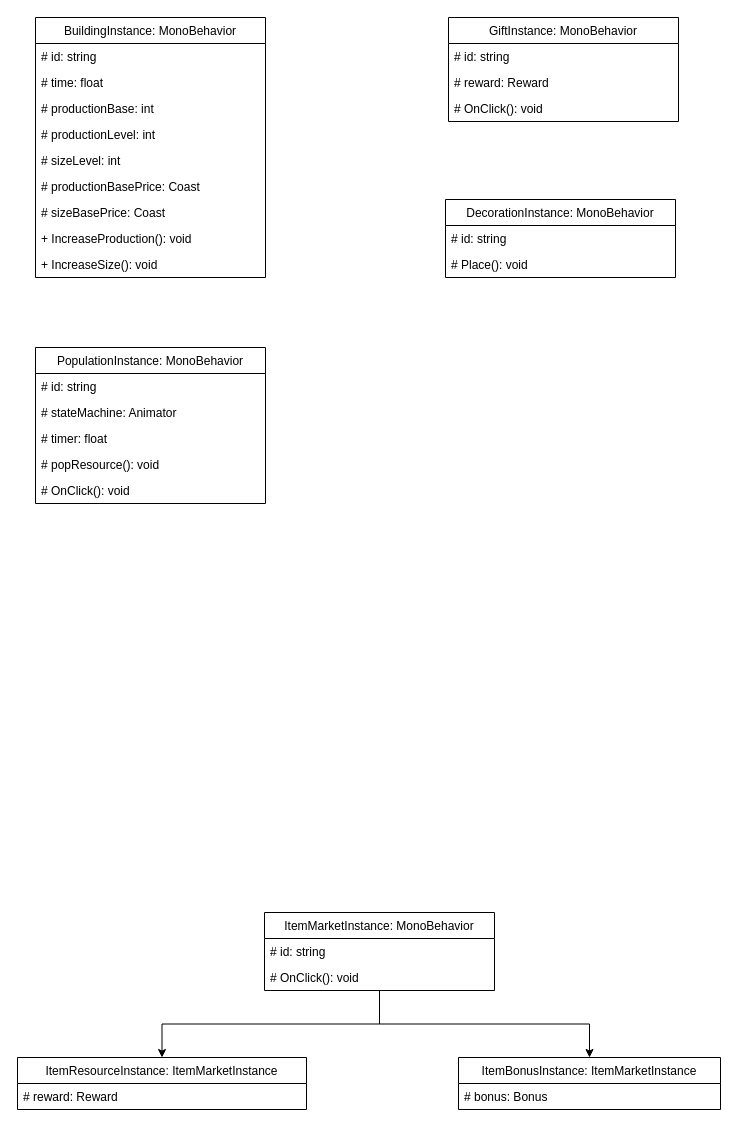
AlexisAG/IdleIslandAndroid keeps this draw.io diagram as page "Monobehavior" (4 of 4) of AndroidIDLEProject.drawio. Above is the earlier version. Source tidied: cells renumbered, new cells numbered last; positions are measured from the earlier drawing's top-left corner, leaving out a move shared by most shapes. Both pictures are drawn from the tidied source at 100%, with x=0, y=0 at pixel (17, 17).
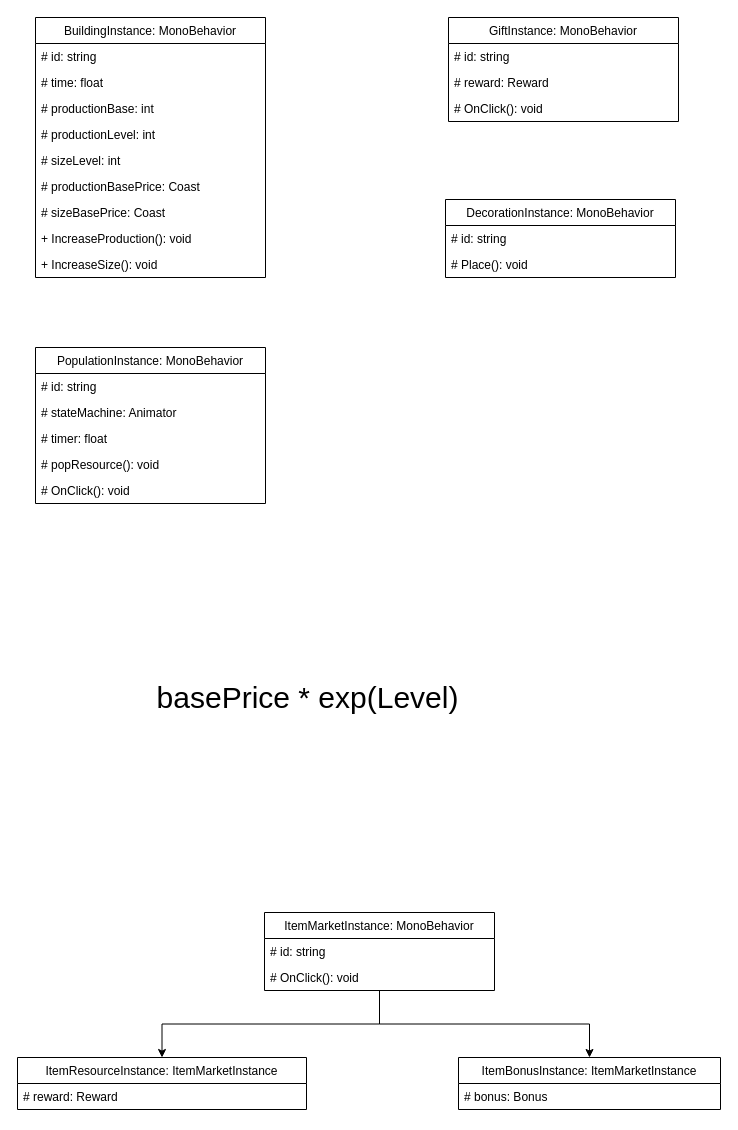
The same diagram, later.

Commit message:
add formule for increase building

Change to the diagram source:
```diff
@@
+    <mxCell id="34" value="basePrice * exp(Level)" style="text;html=1;align=center;verticalAlign=middle;fontSize=30;" parent="1" vertex="1">
+      <mxGeometry x="134" y="660" width="312" height="40" as="geometry" />
+    </mxCell>
```
